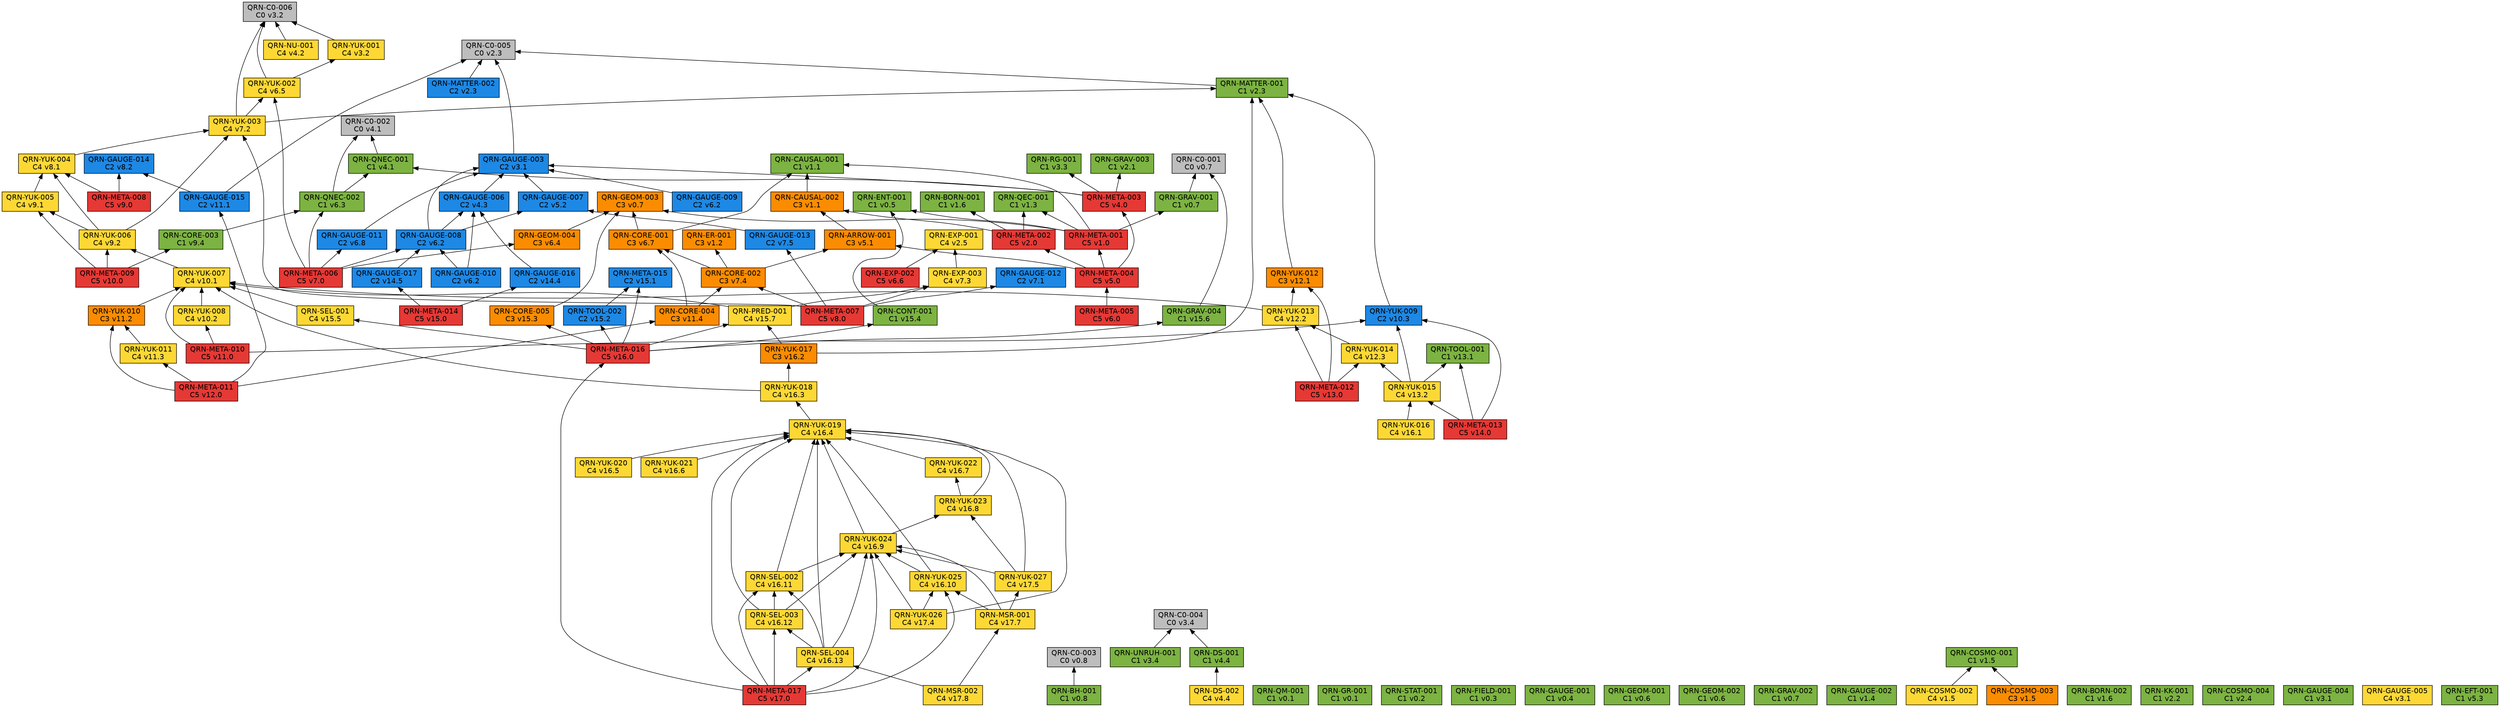
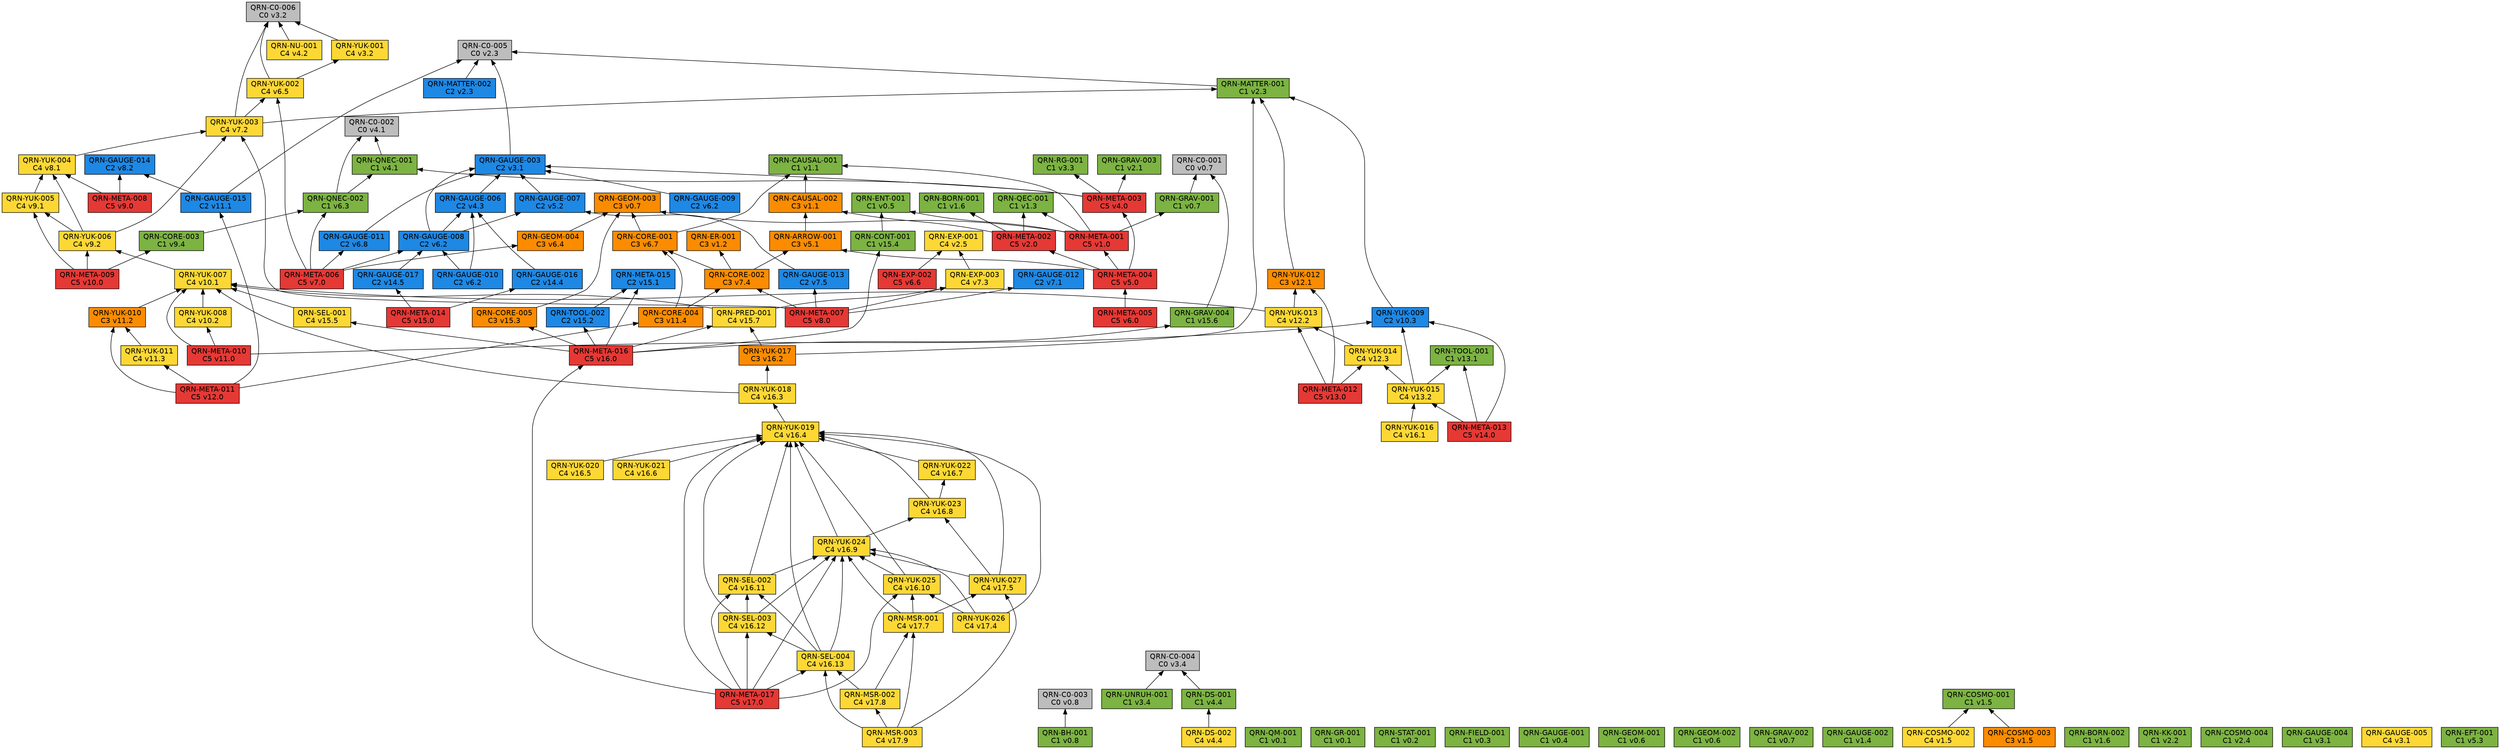
// 自動生成 (dag/report.pl) — QRN 主張依存グラフ
digraph qrn {
  rankdir=BT;
  node [shape=box, style=filled, fontname="Helvetica"];
  "QRN-C0-001" [fillcolor="#bdbdbd", label="QRN-C0-001\nC0 v0.7"];
  "QRN-C0-002" [fillcolor="#bdbdbd", label="QRN-C0-002\nC0 v4.1"];
  "QRN-C0-003" [fillcolor="#bdbdbd", label="QRN-C0-003\nC0 v0.8"];
  "QRN-C0-004" [fillcolor="#bdbdbd", label="QRN-C0-004\nC0 v3.4"];
  "QRN-C0-005" [fillcolor="#bdbdbd", label="QRN-C0-005\nC0 v2.3"];
  "QRN-C0-006" [fillcolor="#bdbdbd", label="QRN-C0-006\nC0 v3.2"];
  "QRN-QM-001" [fillcolor="#7cb342", label="QRN-QM-001\nC1 v0.1"];
  "QRN-GR-001" [fillcolor="#7cb342", label="QRN-GR-001\nC1 v0.1"];
  "QRN-STAT-001" [fillcolor="#7cb342", label="QRN-STAT-001\nC1 v0.2"];
  "QRN-FIELD-001" [fillcolor="#7cb342", label="QRN-FIELD-001\nC1 v0.3"];
  "QRN-GAUGE-001" [fillcolor="#7cb342", label="QRN-GAUGE-001\nC1 v0.4"];
  "QRN-ENT-001" [fillcolor="#7cb342", label="QRN-ENT-001\nC1 v0.5"];
  "QRN-GEOM-001" [fillcolor="#7cb342", label="QRN-GEOM-001\nC1 v0.6"];
  "QRN-GEOM-002" [fillcolor="#7cb342", label="QRN-GEOM-002\nC1 v0.6"];
  "QRN-GEOM-003" [fillcolor="#fb8c00", label="QRN-GEOM-003\nC3 v0.7"];
  "QRN-GRAV-001" [fillcolor="#7cb342", label="QRN-GRAV-001\nC1 v0.7"];
  "QRN-GRAV-002" [fillcolor="#7cb342", label="QRN-GRAV-002\nC1 v0.7"];
  "QRN-BH-001" [fillcolor="#7cb342", label="QRN-BH-001\nC1 v0.8"];
  "QRN-CAUSAL-001" [fillcolor="#7cb342", label="QRN-CAUSAL-001\nC1 v1.1"];
  "QRN-CAUSAL-002" [fillcolor="#fb8c00", label="QRN-CAUSAL-002\nC3 v1.1"];
  "QRN-ER-001" [fillcolor="#fb8c00", label="QRN-ER-001\nC3 v1.2"];
  "QRN-QEC-001" [fillcolor="#7cb342", label="QRN-QEC-001\nC1 v1.3"];
  "QRN-GAUGE-002" [fillcolor="#7cb342", label="QRN-GAUGE-002\nC1 v1.4"];
  "QRN-COSMO-001" [fillcolor="#7cb342", label="QRN-COSMO-001\nC1 v1.5"];
  "QRN-COSMO-002" [fillcolor="#fdd835", label="QRN-COSMO-002\nC4 v1.5"];
  "QRN-COSMO-003" [fillcolor="#fb8c00", label="QRN-COSMO-003\nC3 v1.5"];
  "QRN-BORN-001" [fillcolor="#7cb342", label="QRN-BORN-001\nC1 v1.6"];
  "QRN-BORN-002" [fillcolor="#7cb342", label="QRN-BORN-002\nC1 v1.6"];
  "QRN-GRAV-003" [fillcolor="#7cb342", label="QRN-GRAV-003\nC1 v2.1"];
  "QRN-KK-001" [fillcolor="#7cb342", label="QRN-KK-001\nC1 v2.2"];
  "QRN-MATTER-001" [fillcolor="#7cb342", label="QRN-MATTER-001\nC1 v2.3"];
  "QRN-MATTER-002" [fillcolor="#1e88e5", label="QRN-MATTER-002\nC2 v2.3"];
  "QRN-COSMO-004" [fillcolor="#7cb342", label="QRN-COSMO-004\nC1 v2.4"];
  "QRN-EXP-001" [fillcolor="#fdd835", label="QRN-EXP-001\nC4 v2.5"];
  "QRN-GAUGE-003" [fillcolor="#1e88e5", label="QRN-GAUGE-003\nC2 v3.1"];
  "QRN-GAUGE-004" [fillcolor="#7cb342", label="QRN-GAUGE-004\nC1 v3.1"];
  "QRN-GAUGE-005" [fillcolor="#fdd835", label="QRN-GAUGE-005\nC4 v3.1"];
  "QRN-YUK-001" [fillcolor="#fdd835", label="QRN-YUK-001\nC4 v3.2"];
  "QRN-RG-001" [fillcolor="#7cb342", label="QRN-RG-001\nC1 v3.3"];
  "QRN-UNRUH-001" [fillcolor="#7cb342", label="QRN-UNRUH-001\nC1 v3.4"];
  "QRN-QNEC-001" [fillcolor="#7cb342", label="QRN-QNEC-001\nC1 v4.1"];
  "QRN-NU-001" [fillcolor="#fdd835", label="QRN-NU-001\nC4 v4.2"];
  "QRN-GAUGE-006" [fillcolor="#1e88e5", label="QRN-GAUGE-006\nC2 v4.3"];
  "QRN-DS-001" [fillcolor="#7cb342", label="QRN-DS-001\nC1 v4.4"];
  "QRN-DS-002" [fillcolor="#fdd835", label="QRN-DS-002\nC4 v4.4"];
  "QRN-ARROW-001" [fillcolor="#fb8c00", label="QRN-ARROW-001\nC3 v5.1"];
  "QRN-GAUGE-007" [fillcolor="#1e88e5", label="QRN-GAUGE-007\nC2 v5.2"];
  "QRN-EFT-001" [fillcolor="#7cb342", label="QRN-EFT-001\nC1 v5.3"];
  "QRN-GAUGE-008" [fillcolor="#1e88e5", label="QRN-GAUGE-008\nC2 v6.2"];
  "QRN-GAUGE-009" [fillcolor="#1e88e5", label="QRN-GAUGE-009\nC2 v6.2"];
  "QRN-GAUGE-010" [fillcolor="#1e88e5", label="QRN-GAUGE-010\nC2 v6.2"];
  "QRN-QNEC-002" [fillcolor="#7cb342", label="QRN-QNEC-002\nC1 v6.3"];
  "QRN-GEOM-004" [fillcolor="#fb8c00", label="QRN-GEOM-004\nC3 v6.4"];
  "QRN-YUK-002" [fillcolor="#fdd835", label="QRN-YUK-002\nC4 v6.5"];
  "QRN-EXP-002" [fillcolor="#e53935", label="QRN-EXP-002\nC5 v6.6"];
  "QRN-CORE-001" [fillcolor="#fb8c00", label="QRN-CORE-001\nC3 v6.7"];
  "QRN-GAUGE-011" [fillcolor="#1e88e5", label="QRN-GAUGE-011\nC2 v6.8"];
  "QRN-GAUGE-012" [fillcolor="#1e88e5", label="QRN-GAUGE-012\nC2 v7.1"];
  "QRN-YUK-003" [fillcolor="#fdd835", label="QRN-YUK-003\nC4 v7.2"];
  "QRN-EXP-003" [fillcolor="#fdd835", label="QRN-EXP-003\nC4 v7.3"];
  "QRN-CORE-002" [fillcolor="#fb8c00", label="QRN-CORE-002\nC3 v7.4"];
  "QRN-GAUGE-013" [fillcolor="#1e88e5", label="QRN-GAUGE-013\nC2 v7.5"];
  "QRN-YUK-004" [fillcolor="#fdd835", label="QRN-YUK-004\nC4 v8.1"];
  "QRN-GAUGE-014" [fillcolor="#1e88e5", label="QRN-GAUGE-014\nC2 v8.2"];
  "QRN-META-001" [fillcolor="#e53935", label="QRN-META-001\nC5 v1.0"];
  "QRN-META-002" [fillcolor="#e53935", label="QRN-META-002\nC5 v2.0"];
  "QRN-META-003" [fillcolor="#e53935", label="QRN-META-003\nC5 v4.0"];
  "QRN-META-004" [fillcolor="#e53935", label="QRN-META-004\nC5 v5.0"];
  "QRN-META-005" [fillcolor="#e53935", label="QRN-META-005\nC5 v6.0"];
  "QRN-META-006" [fillcolor="#e53935", label="QRN-META-006\nC5 v7.0"];
  "QRN-META-007" [fillcolor="#e53935", label="QRN-META-007\nC5 v8.0"];
  "QRN-META-008" [fillcolor="#e53935", label="QRN-META-008\nC5 v9.0"];
  "QRN-YUK-005" [fillcolor="#fdd835", label="QRN-YUK-005\nC4 v9.1"];
  "QRN-YUK-006" [fillcolor="#fdd835", label="QRN-YUK-006\nC4 v9.2"];
  "QRN-CORE-003" [fillcolor="#7cb342", label="QRN-CORE-003\nC1 v9.4"];
  "QRN-META-009" [fillcolor="#e53935", label="QRN-META-009\nC5 v10.0"];
  "QRN-YUK-007" [fillcolor="#fdd835", label="QRN-YUK-007\nC4 v10.1"];
  "QRN-YUK-008" [fillcolor="#fdd835", label="QRN-YUK-008\nC4 v10.2"];
  "QRN-YUK-009" [fillcolor="#1e88e5", label="QRN-YUK-009\nC2 v10.3"];
  "QRN-META-010" [fillcolor="#e53935", label="QRN-META-010\nC5 v11.0"];
  "QRN-GAUGE-015" [fillcolor="#1e88e5", label="QRN-GAUGE-015\nC2 v11.1"];
  "QRN-YUK-010" [fillcolor="#fb8c00", label="QRN-YUK-010\nC3 v11.2"];
  "QRN-YUK-011" [fillcolor="#fdd835", label="QRN-YUK-011\nC4 v11.3"];
  "QRN-CORE-004" [fillcolor="#fb8c00", label="QRN-CORE-004\nC3 v11.4"];
  "QRN-META-011" [fillcolor="#e53935", label="QRN-META-011\nC5 v12.0"];
  "QRN-YUK-012" [fillcolor="#fb8c00", label="QRN-YUK-012\nC3 v12.1"];
  "QRN-YUK-013" [fillcolor="#fdd835", label="QRN-YUK-013\nC4 v12.2"];
  "QRN-YUK-014" [fillcolor="#fdd835", label="QRN-YUK-014\nC4 v12.3"];
  "QRN-META-012" [fillcolor="#e53935", label="QRN-META-012\nC5 v13.0"];
  "QRN-TOOL-001" [fillcolor="#7cb342", label="QRN-TOOL-001\nC1 v13.1"];
  "QRN-YUK-015" [fillcolor="#fdd835", label="QRN-YUK-015\nC4 v13.2"];
  "QRN-META-013" [fillcolor="#e53935", label="QRN-META-013\nC5 v14.0"];
  "QRN-GAUGE-016" [fillcolor="#1e88e5", label="QRN-GAUGE-016\nC2 v14.4"];
  "QRN-GAUGE-017" [fillcolor="#1e88e5", label="QRN-GAUGE-017\nC2 v14.5"];
  "QRN-META-014" [fillcolor="#e53935", label="QRN-META-014\nC5 v15.0"];
  "QRN-META-015" [fillcolor="#1e88e5", label="QRN-META-015\nC2 v15.1"];
  "QRN-TOOL-002" [fillcolor="#1e88e5", label="QRN-TOOL-002\nC2 v15.2"];
  "QRN-CORE-005" [fillcolor="#fb8c00", label="QRN-CORE-005\nC3 v15.3"];
  "QRN-CONT-001" [fillcolor="#7cb342", label="QRN-CONT-001\nC1 v15.4"];
  "QRN-SEL-001" [fillcolor="#fdd835", label="QRN-SEL-001\nC4 v15.5"];
  "QRN-GRAV-004" [fillcolor="#7cb342", label="QRN-GRAV-004\nC1 v15.6"];
  "QRN-PRED-001" [fillcolor="#fdd835", label="QRN-PRED-001\nC4 v15.7"];
  "QRN-META-016" [fillcolor="#e53935", label="QRN-META-016\nC5 v16.0"];
  "QRN-YUK-016" [fillcolor="#fdd835", label="QRN-YUK-016\nC4 v16.1"];
  "QRN-YUK-017" [fillcolor="#fb8c00", label="QRN-YUK-017\nC3 v16.2"];
  "QRN-YUK-018" [fillcolor="#fdd835", label="QRN-YUK-018\nC4 v16.3"];
  "QRN-YUK-019" [fillcolor="#fdd835", label="QRN-YUK-019\nC4 v16.4"];
  "QRN-YUK-020" [fillcolor="#fdd835", label="QRN-YUK-020\nC4 v16.5"];
  "QRN-YUK-021" [fillcolor="#fdd835", label="QRN-YUK-021\nC4 v16.6"];
  "QRN-YUK-022" [fillcolor="#fdd835", label="QRN-YUK-022\nC4 v16.7"];
  "QRN-YUK-023" [fillcolor="#fdd835", label="QRN-YUK-023\nC4 v16.8"];
  "QRN-YUK-024" [fillcolor="#fdd835", label="QRN-YUK-024\nC4 v16.9"];
  "QRN-YUK-025" [fillcolor="#fdd835", label="QRN-YUK-025\nC4 v16.10"];
  "QRN-SEL-002" [fillcolor="#fdd835", label="QRN-SEL-002\nC4 v16.11"];
  "QRN-SEL-003" [fillcolor="#fdd835", label="QRN-SEL-003\nC4 v16.12"];
  "QRN-SEL-004" [fillcolor="#fdd835", label="QRN-SEL-004\nC4 v16.13"];
  "QRN-META-017" [fillcolor="#e53935", label="QRN-META-017\nC5 v17.0"];
  "QRN-YUK-026" [fillcolor="#fdd835", label="QRN-YUK-026\nC4 v17.4"];
  "QRN-YUK-027" [fillcolor="#fdd835", label="QRN-YUK-027\nC4 v17.5"];
  "QRN-MSR-001" [fillcolor="#fdd835", label="QRN-MSR-001\nC4 v17.7"];
  "QRN-MSR-002" [fillcolor="#fdd835", label="QRN-MSR-002\nC4 v17.8"];
+   "QRN-MSR-003" [fillcolor="#fdd835", label="QRN-MSR-003\nC4 v17.9"];
  "QRN-GRAV-001" -> "QRN-C0-001";
  "QRN-BH-001" -> "QRN-C0-003";
  "QRN-CAUSAL-002" -> "QRN-CAUSAL-001";
  "QRN-COSMO-002" -> "QRN-COSMO-001";
  "QRN-COSMO-003" -> "QRN-COSMO-001";
  "QRN-MATTER-001" -> "QRN-C0-005";
  "QRN-MATTER-002" -> "QRN-C0-005";
  "QRN-GAUGE-003" -> "QRN-C0-005";
  "QRN-YUK-001" -> "QRN-C0-006";
  "QRN-UNRUH-001" -> "QRN-C0-004";
  "QRN-QNEC-001" -> "QRN-C0-002";
  "QRN-NU-001" -> "QRN-C0-006";
  "QRN-GAUGE-006" -> "QRN-GAUGE-003";
  "QRN-DS-001" -> "QRN-C0-004";
  "QRN-DS-002" -> "QRN-DS-001";
  "QRN-ARROW-001" -> "QRN-CAUSAL-002";
  "QRN-GAUGE-007" -> "QRN-GAUGE-003";
  "QRN-GAUGE-008" -> "QRN-GAUGE-003";
  "QRN-GAUGE-008" -> "QRN-GAUGE-006";
  "QRN-GAUGE-008" -> "QRN-GAUGE-007";
  "QRN-GAUGE-009" -> "QRN-GAUGE-003";
  "QRN-GAUGE-010" -> "QRN-GAUGE-006";
  "QRN-GAUGE-010" -> "QRN-GAUGE-008";
  "QRN-QNEC-002" -> "QRN-C0-002";
  "QRN-QNEC-002" -> "QRN-QNEC-001";
  "QRN-GEOM-004" -> "QRN-GEOM-003";
  "QRN-YUK-002" -> "QRN-C0-006";
  "QRN-YUK-002" -> "QRN-YUK-001";
  "QRN-EXP-002" -> "QRN-EXP-001";
  "QRN-CORE-001" -> "QRN-GEOM-003";
  "QRN-CORE-001" -> "QRN-CAUSAL-001";
  "QRN-GAUGE-011" -> "QRN-GAUGE-003";
  "QRN-YUK-003" -> "QRN-C0-006";
  "QRN-YUK-003" -> "QRN-MATTER-001";
  "QRN-YUK-003" -> "QRN-YUK-002";
  "QRN-EXP-003" -> "QRN-EXP-001";
  "QRN-CORE-002" -> "QRN-CORE-001";
  "QRN-CORE-002" -> "QRN-ER-001";
  "QRN-CORE-002" -> "QRN-ARROW-001";
  "QRN-GAUGE-013" -> "QRN-GAUGE-007";
  "QRN-YUK-004" -> "QRN-YUK-003";
  "QRN-META-001" -> "QRN-GEOM-003";
  "QRN-META-001" -> "QRN-GRAV-001";
  "QRN-META-001" -> "QRN-CAUSAL-001";
  "QRN-META-001" -> "QRN-QEC-001";
  "QRN-META-001" -> "QRN-ENT-001";
  "QRN-META-002" -> "QRN-QEC-001";
  "QRN-META-002" -> "QRN-BORN-001";
  "QRN-META-002" -> "QRN-CAUSAL-002";
  "QRN-META-003" -> "QRN-GAUGE-003";
  "QRN-META-003" -> "QRN-RG-001";
  "QRN-META-003" -> "QRN-QNEC-001";
  "QRN-META-003" -> "QRN-GRAV-003";
  "QRN-META-004" -> "QRN-META-001";
  "QRN-META-004" -> "QRN-META-002";
  "QRN-META-004" -> "QRN-META-003";
  "QRN-META-004" -> "QRN-ARROW-001";
  "QRN-META-005" -> "QRN-META-004";
  "QRN-META-006" -> "QRN-GAUGE-008";
  "QRN-META-006" -> "QRN-QNEC-002";
  "QRN-META-006" -> "QRN-GEOM-004";
  "QRN-META-006" -> "QRN-YUK-002";
  "QRN-META-006" -> "QRN-GAUGE-011";
  "QRN-META-007" -> "QRN-GAUGE-012";
  "QRN-META-007" -> "QRN-YUK-003";
  "QRN-META-007" -> "QRN-EXP-003";
  "QRN-META-007" -> "QRN-CORE-002";
  "QRN-META-007" -> "QRN-GAUGE-013";
  "QRN-META-008" -> "QRN-YUK-004";
  "QRN-META-008" -> "QRN-GAUGE-014";
  "QRN-YUK-005" -> "QRN-YUK-004";
  "QRN-YUK-006" -> "QRN-YUK-003";
  "QRN-YUK-006" -> "QRN-YUK-004";
  "QRN-YUK-006" -> "QRN-YUK-005";
  "QRN-CORE-003" -> "QRN-QNEC-002";
  "QRN-META-009" -> "QRN-YUK-005";
  "QRN-META-009" -> "QRN-YUK-006";
  "QRN-META-009" -> "QRN-CORE-003";
  "QRN-YUK-007" -> "QRN-YUK-006";
  "QRN-YUK-008" -> "QRN-YUK-007";
  "QRN-YUK-009" -> "QRN-MATTER-001";
  "QRN-META-010" -> "QRN-YUK-007";
  "QRN-META-010" -> "QRN-YUK-008";
  "QRN-META-010" -> "QRN-YUK-009";
  "QRN-GAUGE-015" -> "QRN-C0-005";
  "QRN-GAUGE-015" -> "QRN-GAUGE-014";
  "QRN-YUK-010" -> "QRN-YUK-007";
  "QRN-YUK-011" -> "QRN-YUK-010";
  "QRN-CORE-004" -> "QRN-CORE-001";
  "QRN-CORE-004" -> "QRN-CORE-002";
  "QRN-META-011" -> "QRN-GAUGE-015";
  "QRN-META-011" -> "QRN-YUK-010";
  "QRN-META-011" -> "QRN-YUK-011";
  "QRN-META-011" -> "QRN-CORE-004";
  "QRN-YUK-012" -> "QRN-MATTER-001";
  "QRN-YUK-013" -> "QRN-YUK-012";
  "QRN-YUK-013" -> "QRN-YUK-007";
  "QRN-YUK-014" -> "QRN-YUK-013";
  "QRN-META-012" -> "QRN-YUK-012";
  "QRN-META-012" -> "QRN-YUK-013";
  "QRN-META-012" -> "QRN-YUK-014";
  "QRN-YUK-015" -> "QRN-YUK-014";
  "QRN-YUK-015" -> "QRN-TOOL-001";
  "QRN-YUK-015" -> "QRN-YUK-009";
  "QRN-META-013" -> "QRN-YUK-015";
  "QRN-META-013" -> "QRN-TOOL-001";
  "QRN-META-013" -> "QRN-YUK-009";
  "QRN-GAUGE-016" -> "QRN-GAUGE-006";
  "QRN-GAUGE-017" -> "QRN-GAUGE-008";
  "QRN-META-014" -> "QRN-GAUGE-016";
  "QRN-META-014" -> "QRN-GAUGE-017";
  "QRN-TOOL-002" -> "QRN-META-015";
  "QRN-CORE-005" -> "QRN-GEOM-003";
  "QRN-CONT-001" -> "QRN-ENT-001";
  "QRN-SEL-001" -> "QRN-YUK-007";
  "QRN-GRAV-004" -> "QRN-C0-001";
  "QRN-PRED-001" -> "QRN-YUK-007";
  "QRN-PRED-001" -> "QRN-EXP-003";
  "QRN-META-016" -> "QRN-META-015";
  "QRN-META-016" -> "QRN-TOOL-002";
  "QRN-META-016" -> "QRN-CORE-005";
  "QRN-META-016" -> "QRN-CONT-001";
  "QRN-META-016" -> "QRN-SEL-001";
  "QRN-META-016" -> "QRN-GRAV-004";
  "QRN-META-016" -> "QRN-PRED-001";
  "QRN-YUK-016" -> "QRN-YUK-015";
  "QRN-YUK-017" -> "QRN-MATTER-001";
  "QRN-YUK-017" -> "QRN-PRED-001";
  "QRN-YUK-018" -> "QRN-YUK-017";
  "QRN-YUK-018" -> "QRN-YUK-007";
  "QRN-YUK-019" -> "QRN-YUK-018";
  "QRN-YUK-020" -> "QRN-YUK-019";
  "QRN-YUK-021" -> "QRN-YUK-019";
  "QRN-YUK-022" -> "QRN-YUK-019";
  "QRN-YUK-023" -> "QRN-YUK-019";
  "QRN-YUK-023" -> "QRN-YUK-022";
  "QRN-YUK-024" -> "QRN-YUK-019";
  "QRN-YUK-024" -> "QRN-YUK-023";
  "QRN-YUK-025" -> "QRN-YUK-019";
  "QRN-YUK-025" -> "QRN-YUK-024";
  "QRN-SEL-002" -> "QRN-YUK-019";
  "QRN-SEL-002" -> "QRN-YUK-024";
  "QRN-SEL-003" -> "QRN-YUK-019";
  "QRN-SEL-003" -> "QRN-YUK-024";
  "QRN-SEL-003" -> "QRN-SEL-002";
  "QRN-SEL-004" -> "QRN-YUK-019";
  "QRN-SEL-004" -> "QRN-YUK-024";
  "QRN-SEL-004" -> "QRN-SEL-002";
  "QRN-SEL-004" -> "QRN-SEL-003";
  "QRN-META-017" -> "QRN-META-016";
  "QRN-META-017" -> "QRN-YUK-019";
  "QRN-META-017" -> "QRN-YUK-024";
  "QRN-META-017" -> "QRN-YUK-025";
  "QRN-META-017" -> "QRN-SEL-002";
  "QRN-META-017" -> "QRN-SEL-003";
  "QRN-META-017" -> "QRN-SEL-004";
  "QRN-YUK-026" -> "QRN-YUK-019";
  "QRN-YUK-026" -> "QRN-YUK-024";
  "QRN-YUK-026" -> "QRN-YUK-025";
  "QRN-YUK-027" -> "QRN-YUK-019";
  "QRN-YUK-027" -> "QRN-YUK-023";
  "QRN-YUK-027" -> "QRN-YUK-024";
  "QRN-MSR-001" -> "QRN-YUK-024";
  "QRN-MSR-001" -> "QRN-YUK-025";
  "QRN-MSR-001" -> "QRN-YUK-027";
  "QRN-MSR-002" -> "QRN-SEL-004";
  "QRN-MSR-002" -> "QRN-MSR-001";
+   "QRN-MSR-003" -> "QRN-MSR-001";
+   "QRN-MSR-003" -> "QRN-MSR-002";
+   "QRN-MSR-003" -> "QRN-SEL-004";
+   "QRN-MSR-003" -> "QRN-YUK-027";
}
